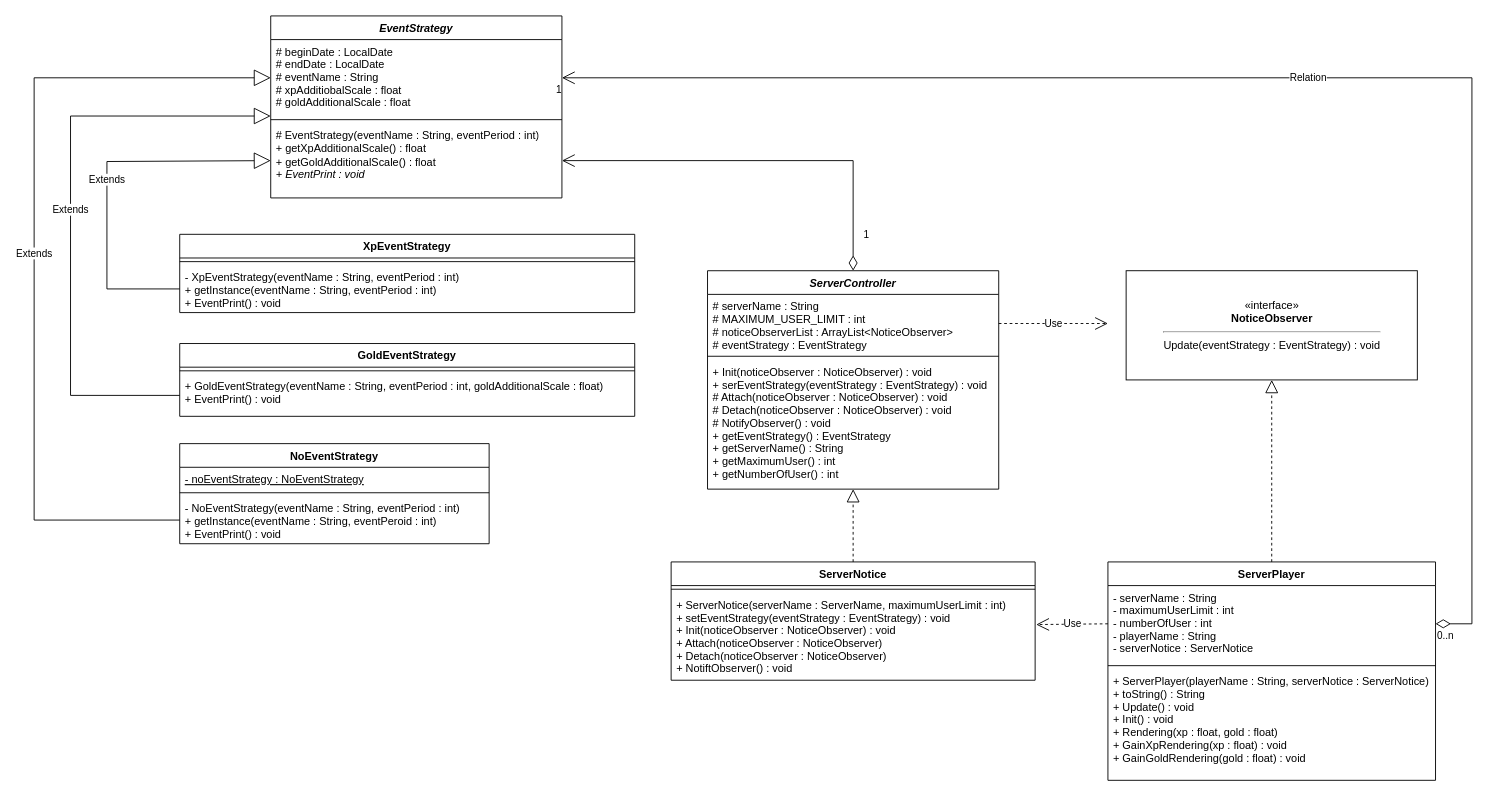
Above: app/src/main/resources/observer_strategy/Observer-Strategy_Pattern.drawio in jongHyeon0000/DesignPattern-example (draw.io), before the change. Source tidied: cells renumbered, new cells numbered last; positions are measured from the earlier drawing's top-left corner, leaving out a move shared by most shapes. Both pictures are drawn from the tidied source at 91%, with x=0, y=0 at pixel (34, 15).
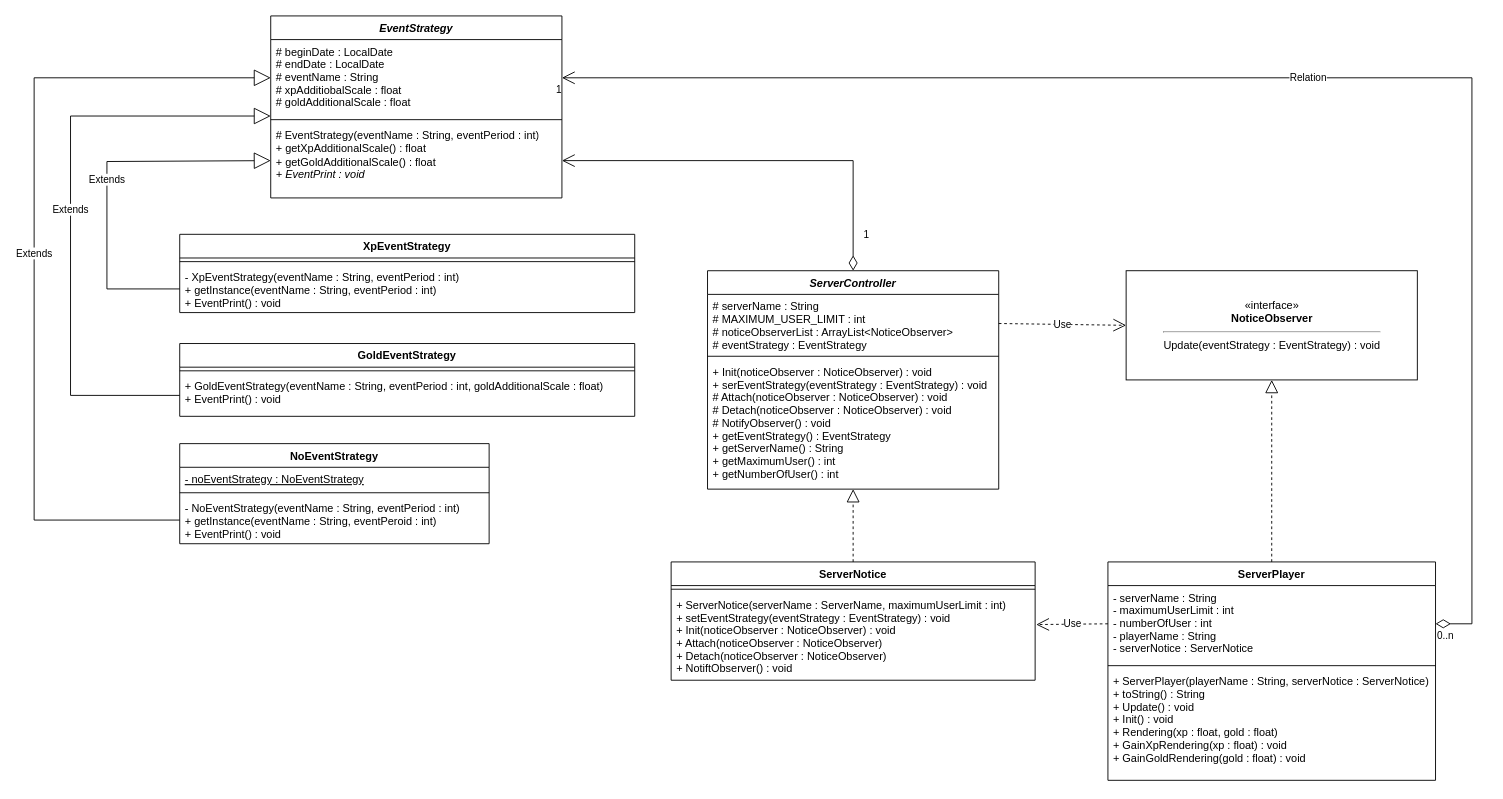
Above is the later version.

The change refers to these unchanged cells:
```xml
<mxCell id="13" value="«interface»&lt;br&gt;&lt;b&gt;NoticeObserver&lt;br&gt;&lt;/b&gt;&lt;hr&gt;Update(eventStrategy : EventStrategy) : void" style="html=1;" parent="1" vertex="1">
  <mxGeometry x="1200" y="280" width="320" height="120" as="geometry" />
</mxCell>
<mxCell id="32" value="# serverName : String&#10;# MAXIMUM_USER_LIMIT : int&#10;# noticeObserverList : ArrayList&lt;NoticeObserver&gt;&#10;# eventStrategy : EventStrategy" style="text;strokeColor=none;fillColor=none;align=left;verticalAlign=top;spacingLeft=4;spacingRight=4;overflow=hidden;points=[[0,0.5],[1,0.5]];portConstraint=eastwest;" parent="31" vertex="1">
  <mxGeometry y="26" width="320" height="64" as="geometry" />
</mxCell>
```

Change to the diagram source:
```diff
@@
-    <mxCell id="30" value="Use" style="endArrow=open;endSize=12;dashed=1;html=1;rounded=0;exitX=1;exitY=0.5;exitDx=0;exitDy=0;" parent="1" edge="1" source="32">
-      <mxGeometry relative="1" as="geometry">
-        <mxPoint x="1180" y="338" as="targetPoint" />
-      </mxGeometry>
+    <mxCell id="30" value="Use" style="endArrow=open;endSize=12;dashed=1;html=1;rounded=0;exitX=1;exitY=0.5;exitDx=0;exitDy=0;entryX=0;entryY=0.5;entryDx=0;entryDy=0;" parent="1" edge="1" source="32" target="13">
+      <mxGeometry relative="1" as="geometry" />
     </mxCell>
```
